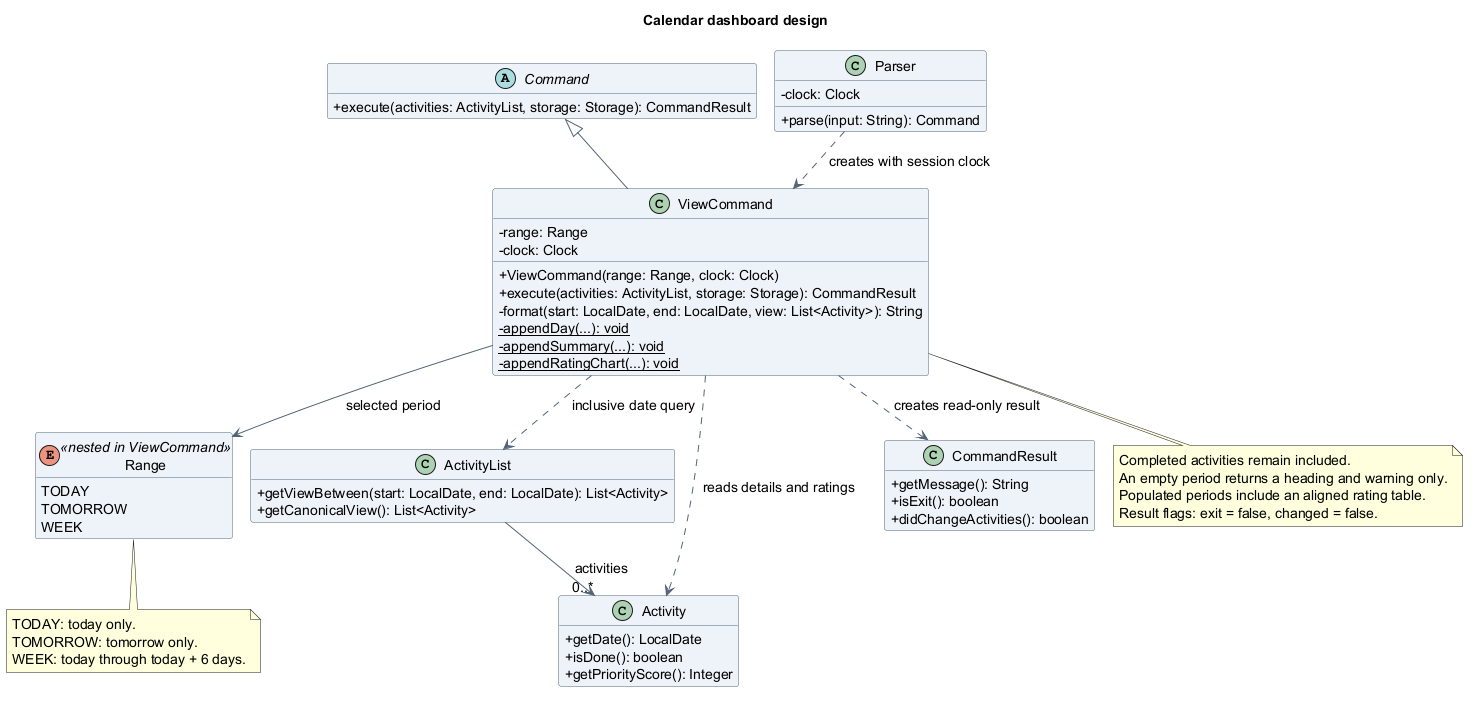
Before: docs/images/atharva/class/CalendarViewClassDiagram.png, a diagram exported from PlantUML (AY2627S1-CS2113-T10-4/tp). The source it was exported from:
```plantuml
@startuml
!pragma layout smetana
title Calendar dashboard design
skinparam backgroundColor white
skinparam shadowing false
skinparam defaultFontName SansSerif
skinparam defaultFontSize 14
skinparam classAttributeIconSize 0
skinparam classBackgroundColor #EDF3F8
skinparam classBorderColor #526477
skinparam ArrowColor #526477
hide empty members

abstract class Command {
  +execute(activities: ActivityList, storage: Storage): CommandResult
}
class Parser {
  -clock: Clock
  +parse(input: String): Command
}
class ViewCommand {
  -range: Range
  -clock: Clock
  +ViewCommand(range: Range, clock: Clock)
  +execute(activities: ActivityList, storage: Storage): CommandResult
  -format(start: LocalDate, end: LocalDate, view: List<Activity>): String
  {static} -appendDay(...): void
  {static} -appendSummary(...): void
  {static} -appendRatingChart(...): void
}
enum Range <<nested in ViewCommand>> {
  TODAY
  TOMORROW
  WEEK
}
class ActivityList {
  +getViewBetween(start: LocalDate, end: LocalDate): List<Activity>
  +getCanonicalView(): List<Activity>
}
class Activity {
  +getDate(): LocalDate
  +isDone(): boolean
  +getPriorityScore(): Integer
}
class CommandResult {
  +getMessage(): String
  +isExit(): boolean
  +didChangeActivities(): boolean
}

Command <|-- ViewCommand
Parser ..> ViewCommand : creates with session clock
ViewCommand --> Range : selected period
ViewCommand ..> ActivityList : inclusive date query
ViewCommand ..> Activity : reads details and ratings
ViewCommand ..> CommandResult : creates read-only result
ActivityList --> "0..*" Activity : activities

note bottom of Range
  TODAY: today only.
  TOMORROW: tomorrow only.
  WEEK: today through today + 6 days.
end note
note bottom of ViewCommand
  Completed activities remain included.
  An empty period returns a heading and warning only.
  Populated periods include an aligned rating table.
  Result flags: exit = false, changed = false.
end note
@enduml
```
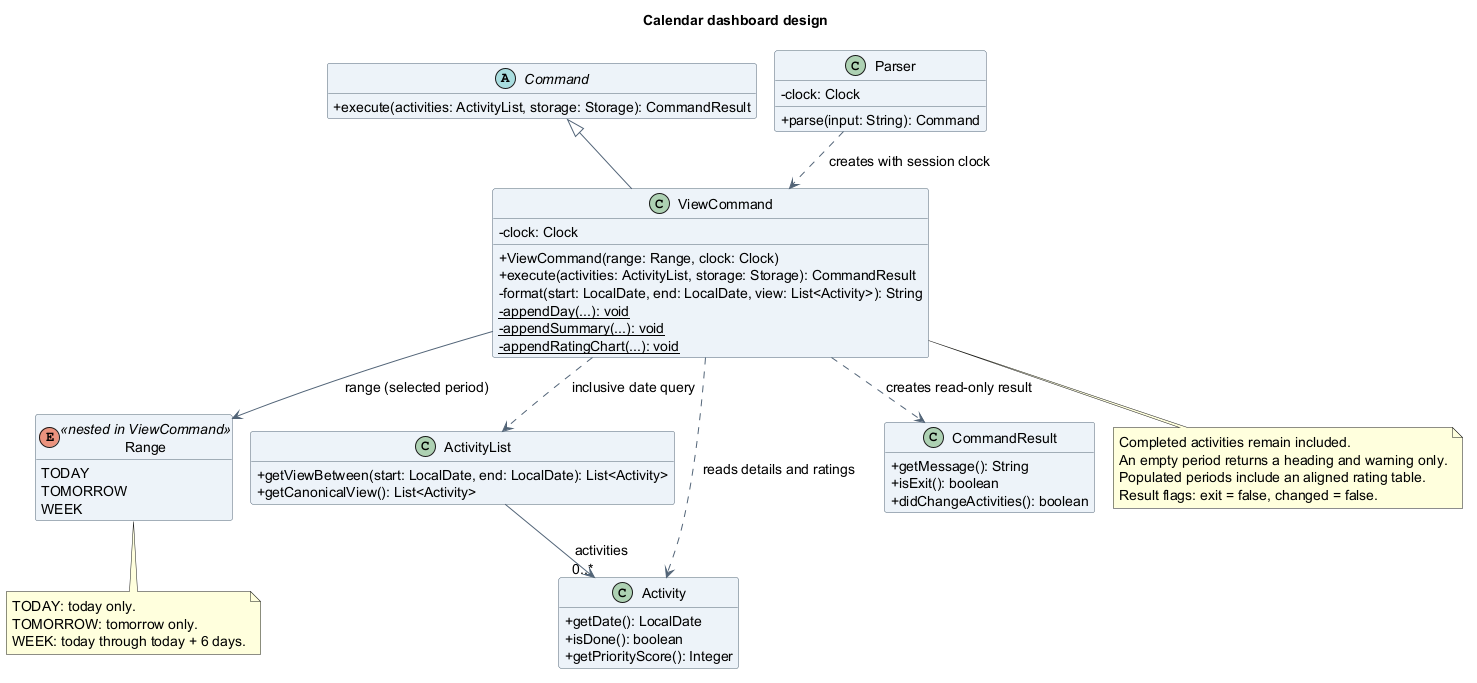
Later version of the same file.

What changed in the source:
```diff
@@ -19,7 +19,6 @@
   +parse(input: String): Command
 }
 class ViewCommand {
-  -range: Range
   -clock: Clock
   +ViewCommand(range: Range, clock: Clock)
   +execute(activities: ActivityList, storage: Storage): CommandResult
@@ -50,7 +49,7 @@
 
 Command <|-- ViewCommand
 Parser ..> ViewCommand : creates with session clock
-ViewCommand --> Range : selected period
+ViewCommand --> Range : range (selected period)
 ViewCommand ..> ActivityList : inclusive date query
 ViewCommand ..> Activity : reads details and ratings
 ViewCommand ..> CommandResult : creates read-only result
```
